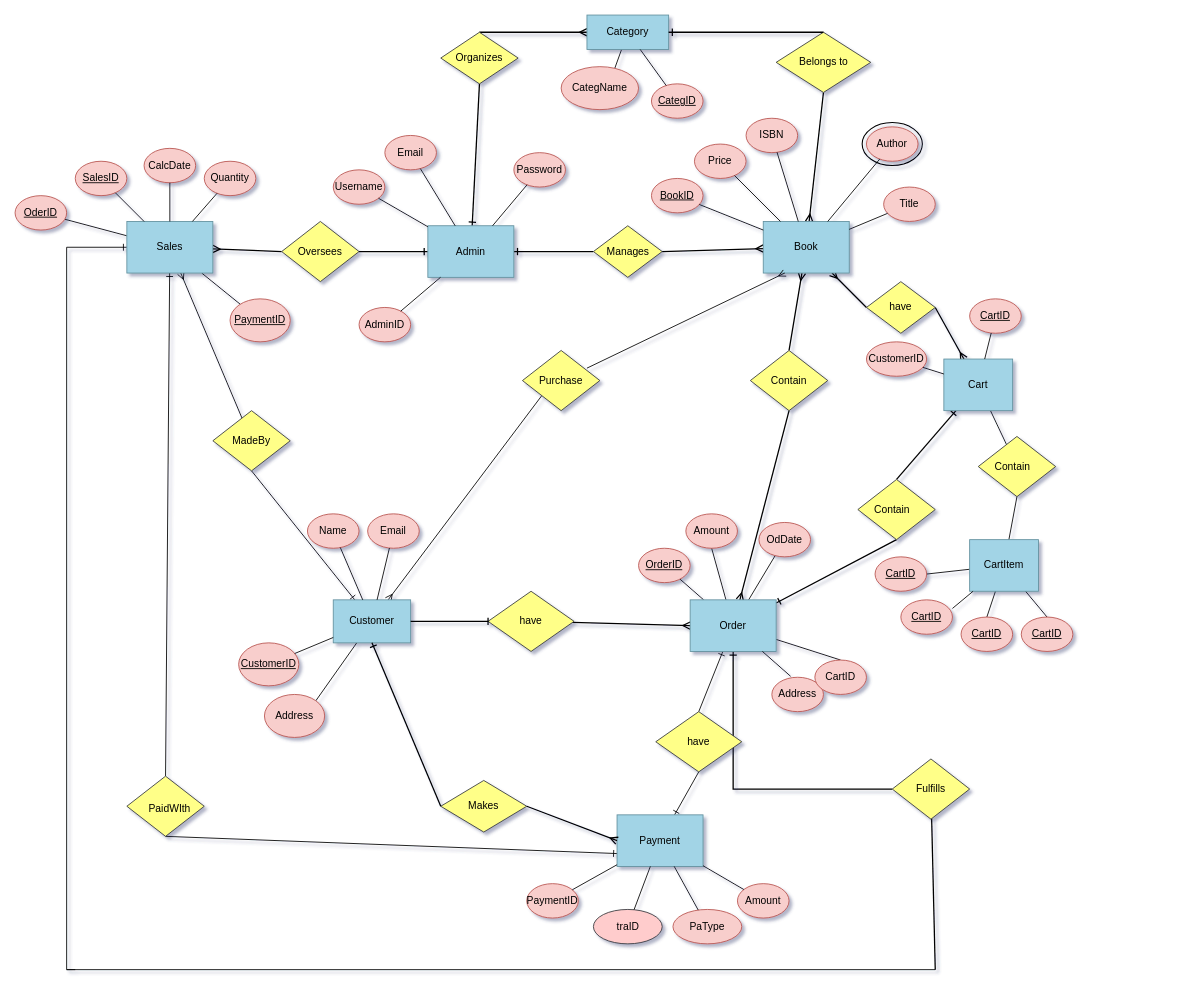
Zul-Qarnain/Database_project keeps this draw.io diagram as shuchi.drawio. Above is the earlier version. Source tidied: cells renumbered, new cells numbered last; positions are measured from the earlier drawing's top-left corner, leaving out a move shared by most shapes. Both pictures are drawn from the tidied source at 86%, with x=0, y=0 at pixel (15, 15).
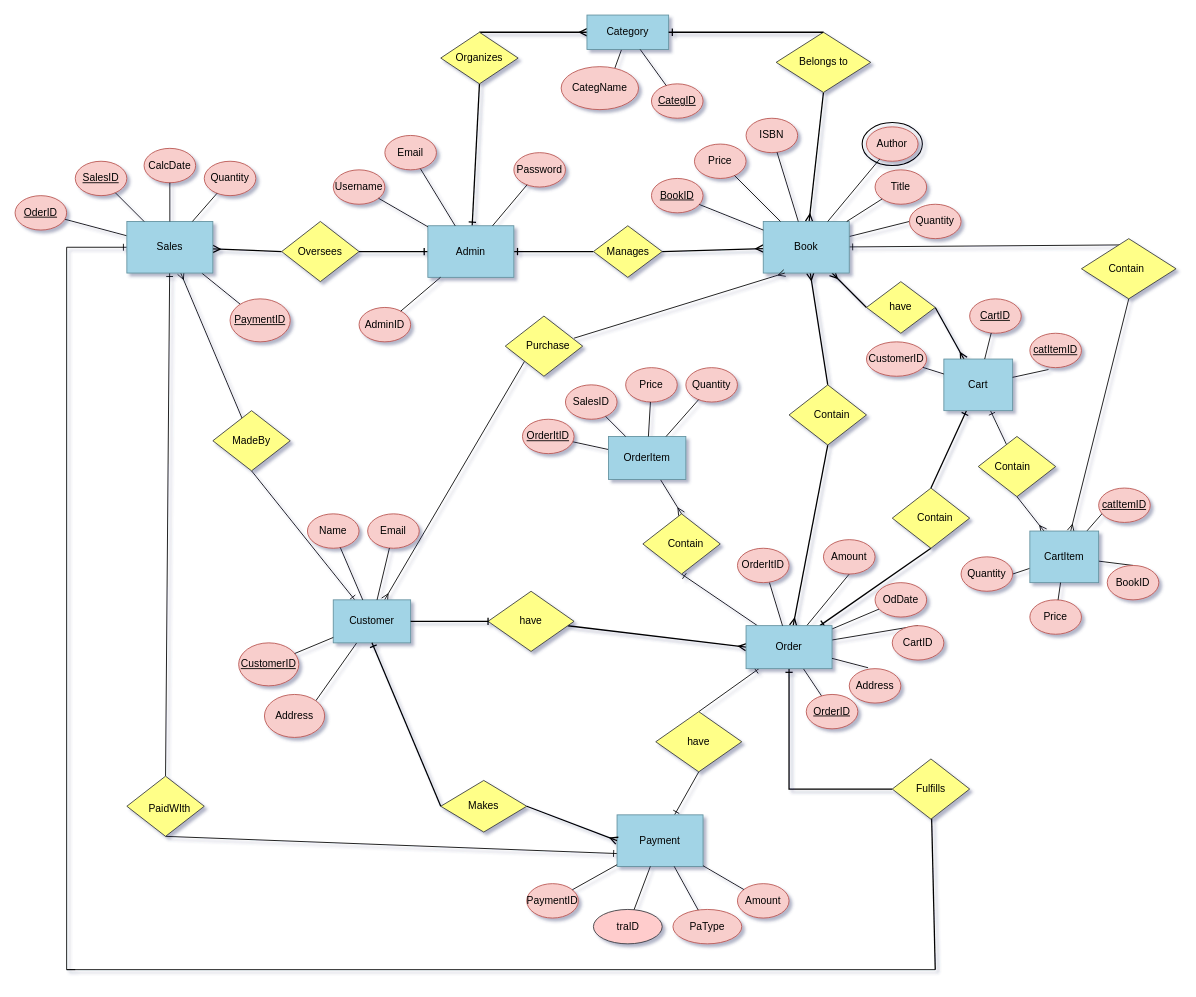
After the change.

Unchanged cells that the change refers to:
```xml
<mxCell id="19" value="Book" style="rounded=0;whiteSpace=wrap;html=1;fillColor=#a2d4e6;strokeColor=#63919f;" parent="1" vertex="1">
  <mxGeometry x="870" y="240" width="100" height="60" as="geometry" />
</mxCell>
<mxCell id="62" value="Cart" style="rounded=0;whiteSpace=wrap;html=1;fillColor=#a2d4e6;strokeColor=#63919f;" parent="1" vertex="1">
  <mxGeometry x="1080" y="400" width="80" height="60" as="geometry" />
</mxCell>
<mxCell id="135" style="rhombus;whiteSpace=wrap;html=1;fillColor=#ffff88;strokeColor=#36393d;" parent="1" vertex="1">
  <mxGeometry x="1120" y="490" width="90" height="70" as="geometry" />
</mxCell>
```

What changed in the source:
```diff
@@
+    <mxCell id="142" style="rounded=0;jettySize=auto;html=1;entryX=0;entryY=0.5;entryDx=0;entryDy=0;endArrow=none;endFill=0;" parent="1" edge="1" source="19" target="160">
+      <mxGeometry relative="1" as="geometry" />
+    </mxCell>
+    <mxCell id="143" style="rounded=0;jettySize=auto;html=1;endArrow=ERone;endFill=0;exitX=0.527;exitY=0.103;exitDx=0;exitDy=0;exitPerimeter=0;" parent="1" edge="1" source="163" target="19">
+      <mxGeometry relative="1" as="geometry" />
+    </mxCell>
@@
     <mxCell id="22" value="Title" style="ellipse;whiteSpace=wrap;html=1;fillColor=#f8cecc;strokeColor=#b85450;" parent="1" vertex="1">
-      <mxGeometry x="1010" y="200" width="60" height="40" as="geometry" />
+      <mxGeometry x="1000" y="180" width="60" height="40" as="geometry" />
     </mxCell>
@@
-    <mxCell id="61" style="rounded=0;jettySize=auto;html=1;endArrow=none;endFill=0;" parent="1" edge="1" source="62" target="135">
+    <mxCell id="61" style="rounded=0;jettySize=auto;html=1;endArrow=ERone;endFill=0;" parent="1" edge="1" source="135" target="62">
       <mxGeometry relative="1" as="geometry" />
     </mxCell>
@@
+    <mxCell id="144" style="rounded=0;jettySize=auto;html=1;entryX=0.5;entryY=1;entryDx=0;entryDy=0;endArrow=ERone;endFill=0;" parent="1" edge="1" source="76" target="156">
+      <mxGeometry relative="1" as="geometry" />
+    </mxCell>
     <mxCell id="76" value="Order" style="rounded=0;whiteSpace=wrap;html=1;fillColor=#a2d4e6;strokeColor=#63919f;" parent="1" vertex="1">
-      <mxGeometry x="785" y="680" width="100" height="60" as="geometry" />
+      <mxGeometry x="850" y="710" width="100" height="50" as="geometry" />
     </mxCell>
     <mxCell id="77" value="Amount" style="ellipse;whiteSpace=wrap;html=1;fillColor=#f8cecc;strokeColor=#b85450;" parent="1" vertex="1">
-      <mxGeometry x="780" y="580" width="60" height="40" as="geometry" />
+      <mxGeometry x="940" y="610" width="60" height="40" as="geometry" />
     </mxCell>
     <mxCell id="78" value="Address" style="ellipse;whiteSpace=wrap;html=1;fillColor=#f8cecc;strokeColor=#b85450;" parent="1" vertex="1">
-      <mxGeometry x="880" y="770" width="60" height="40" as="geometry" />
+      <mxGeometry x="970" y="760" width="60" height="40" as="geometry" />
     </mxCell>
     <mxCell id="79" value="OdDate" style="ellipse;whiteSpace=wrap;html=1;fillColor=#f8cecc;strokeColor=#b85450;" parent="1" vertex="1">
-      <mxGeometry x="865" y="590" width="60" height="40" as="geometry" />
+      <mxGeometry x="1000" y="660" width="60" height="40" as="geometry" />
     </mxCell>
     <mxCell id="80" value="&lt;u&gt;OrderID&lt;/u&gt;" style="ellipse;whiteSpace=wrap;html=1;fillColor=#f8cecc;strokeColor=#b85450;" parent="1" vertex="1">
-      <mxGeometry x="725" y="620" width="60" height="40" as="geometry" />
+      <mxGeometry x="920" y="790" width="60" height="40" as="geometry" />
     </mxCell>
@@
     <mxCell id="107" value="CartID" style="ellipse;whiteSpace=wrap;html=1;fillColor=#f8cecc;strokeColor=#b85450;" parent="1" vertex="1">
-      <mxGeometry x="930" y="750" width="60" height="40" as="geometry" />
+      <mxGeometry x="1020" y="710" width="60" height="40" as="geometry" />
     </mxCell>
@@
     <mxCell id="112" style="rhombus;whiteSpace=wrap;html=1;fillColor=#ffff88;strokeColor=#36393d;" parent="1" vertex="1">
-      <mxGeometry x="855" y="390" width="90" height="70" as="geometry" />
+      <mxGeometry x="900" y="430" width="90" height="70" as="geometry" />
     </mxCell>
     <mxCell id="113" value="Contain" style="text;html=1;align=center;verticalAlign=middle;whiteSpace=wrap;rounded=0;" parent="1" vertex="1">
-      <mxGeometry x="870" y="410" width="60" height="30" as="geometry" />
+      <mxGeometry x="920" y="450" width="60" height="30" as="geometry" />
     </mxCell>
     <mxCell id="114" style="rhombus;whiteSpace=wrap;html=1;fillColor=#ffff88;strokeColor=#36393d;" parent="1" vertex="1">
-      <mxGeometry x="590" y="390" width="90" height="70" as="geometry" />
+      <mxGeometry x="570" y="350" width="90" height="70" as="geometry" />
     </mxCell>
@@
     <mxCell id="116" value="Purchase" style="text;html=1;align=center;verticalAlign=middle;whiteSpace=wrap;rounded=0;" parent="1" vertex="1">
-      <mxGeometry x="605" y="410" width="60" height="30" as="geometry" />
+      <mxGeometry x="590" y="370" width="60" height="30" as="geometry" />
     </mxCell>
@@
     <mxCell id="125" style="rhombus;whiteSpace=wrap;html=1;fillColor=#ffff88;strokeColor=#36393d;" parent="1" vertex="1">
-      <mxGeometry x="980" y="540" width="90" height="70" as="geometry" />
+      <mxGeometry x="1020" y="550" width="90" height="70" as="geometry" />
     </mxCell>
     <mxCell id="126" value="Contain" style="text;html=1;align=center;verticalAlign=middle;whiteSpace=wrap;rounded=0;" parent="1" vertex="1">
-      <mxGeometry x="990" y="560" width="60" height="30" as="geometry" />
+      <mxGeometry x="1040" y="570" width="60" height="30" as="geometry" />
     </mxCell>
@@
-    <mxCell id="130" style="rounded=0;jettySize=auto;html=1;entryX=0.5;entryY=1;entryDx=0;entryDy=0;endArrow=none;endFill=0;" parent="1" edge="1" source="134" target="135">
+    <mxCell id="130" style="rounded=0;jettySize=auto;html=1;endArrow=ERmany;endFill=0;exitX=0.5;exitY=1;exitDx=0;exitDy=0;" parent="1" edge="1" source="135" target="134">
       <mxGeometry relative="1" as="geometry" />
     </mxCell>
@@
+    <mxCell id="145" style="rounded=0;jettySize=auto;html=1;endArrow=ERmany;endFill=0;exitX=0.5;exitY=1;exitDx=0;exitDy=0;" parent="1" edge="1" source="163" target="134">
+      <mxGeometry relative="1" as="geometry" />
+    </mxCell>
     <mxCell id="134" value="CartItem" style="rounded=0;whiteSpace=wrap;html=1;fillColor=#a2d4e6;strokeColor=#63919f;" parent="1" vertex="1">
-      <mxGeometry x="1110" y="610" width="80" height="60" as="geometry" />
+      <mxGeometry x="1180" y="600" width="80" height="60" as="geometry" />
     </mxCell>
@@
-    <mxCell id="137" value="&lt;u&gt;CartID&lt;/u&gt;" style="ellipse;whiteSpace=wrap;html=1;fillColor=#f8cecc;strokeColor=#b85450;" parent="1" vertex="1">
-      <mxGeometry x="1000" y="630" width="60" height="40" as="geometry" />
+    <mxCell id="137" value="Quantity" style="ellipse;whiteSpace=wrap;html=1;fillColor=#f8cecc;strokeColor=#b85450;" parent="1" vertex="1">
+      <mxGeometry x="1100" y="630" width="60" height="40" as="geometry" />
     </mxCell>
-    <mxCell id="138" value="&lt;u&gt;CartID&lt;/u&gt;" style="ellipse;whiteSpace=wrap;html=1;fillColor=#f8cecc;strokeColor=#b85450;" parent="1" vertex="1">
-      <mxGeometry x="1030" y="680" width="60" height="40" as="geometry" />
+    <mxCell id="138" value="Price" style="ellipse;whiteSpace=wrap;html=1;fillColor=#f8cecc;strokeColor=#b85450;" parent="1" vertex="1">
+      <mxGeometry x="1180" y="680" width="60" height="40" as="geometry" />
     </mxCell>
-    <mxCell id="139" value="&lt;u&gt;CartID&lt;/u&gt;" style="ellipse;whiteSpace=wrap;html=1;fillColor=#f8cecc;strokeColor=#b85450;" parent="1" vertex="1">
-      <mxGeometry x="1100" y="700" width="60" height="40" as="geometry" />
+    <mxCell id="139" value="BookID" style="ellipse;whiteSpace=wrap;html=1;fillColor=#f8cecc;strokeColor=#b85450;" parent="1" vertex="1">
+      <mxGeometry x="1270" y="640" width="60" height="40" as="geometry" />
     </mxCell>
-    <mxCell id="140" value="&lt;u&gt;CartID&lt;/u&gt;" style="ellipse;whiteSpace=wrap;html=1;fillColor=#f8cecc;strokeColor=#b85450;" parent="1" vertex="1">
-      <mxGeometry x="1170" y="700" width="60" height="40" as="geometry" />
+    <mxCell id="140" value="&lt;u&gt;catItemID&lt;/u&gt;" style="ellipse;whiteSpace=wrap;html=1;fillColor=#f8cecc;strokeColor=#b85450;" parent="1" vertex="1">
+      <mxGeometry x="1260" y="550" width="60" height="40" as="geometry" />
     </mxCell>
-    <mxCell id="141" style="rounded=0;jettySize=auto;html=1;entryX=1;entryY=0.25;entryDx=0;entryDy=0;entryPerimeter=0;endArrow=none;endFill=0;" parent="1" edge="1" source="134" target="138">
+    <mxCell id="141" style="rounded=0;jettySize=auto;html=1;endArrow=none;endFill=0;" parent="1" edge="1" source="134" target="138">
       <mxGeometry relative="1" as="geometry" />
     </mxCell>
+    <mxCell id="146" style="rounded=0;jettySize=auto;html=1;endArrow=none;endFill=0;" parent="1" edge="1" source="148" target="155">
+      <mxGeometry relative="1" as="geometry" />
+    </mxCell>
+    <mxCell id="147" style="rounded=0;jettySize=auto;html=1;entryX=0.5;entryY=0;entryDx=0;entryDy=0;endArrow=ERmany;endFill=0;" parent="1" edge="1" source="148" target="156">
+      <mxGeometry relative="1" as="geometry" />
+    </mxCell>
+    <mxCell id="148" value="OrderItem" style="rounded=0;whiteSpace=wrap;html=1;fillColor=#a2d4e6;strokeColor=#63919f;" parent="1" vertex="1">
+      <mxGeometry x="690" y="490" width="90" height="50" as="geometry" />
+    </mxCell>
+    <mxCell id="149" value="SalesID" style="ellipse;whiteSpace=wrap;html=1;fillColor=#f8cecc;strokeColor=#b85450;" parent="1" vertex="1">
+      <mxGeometry x="640" y="430" width="60" height="40" as="geometry" />
+    </mxCell>
+    <mxCell id="150" style="endArrow=none;endFill=0;" parent="1" edge="1" source="148" target="149">
+      <mxGeometry relative="1" as="geometry" />
+    </mxCell>
+    <mxCell id="151" value="Quantity" style="ellipse;whiteSpace=wrap;html=1;fillColor=#f8cecc;strokeColor=#b85450;" parent="1" vertex="1">
+      <mxGeometry x="780" y="410" width="60" height="40" as="geometry" />
+    </mxCell>
+    <mxCell id="152" style="endArrow=none;endFill=0;" parent="1" edge="1" source="148" target="151">
+      <mxGeometry relative="1" as="geometry" />
+    </mxCell>
+    <mxCell id="153" value="Price" style="ellipse;whiteSpace=wrap;html=1;fillColor=#f8cecc;strokeColor=#b85450;" parent="1" vertex="1">
+      <mxGeometry x="710" y="410" width="60" height="40" as="geometry" />
+    </mxCell>
+    <mxCell id="154" style="endArrow=none;endFill=0;" parent="1" edge="1" source="148" target="153">
+      <mxGeometry relative="1" as="geometry" />
+    </mxCell>
+    <mxCell id="155" value="&lt;u&gt;OrderItID&lt;/u&gt;" style="ellipse;whiteSpace=wrap;html=1;fillColor=#f8cecc;strokeColor=#b85450;" parent="1" vertex="1">
+      <mxGeometry x="590" y="470" width="60" height="40" as="geometry" />
+    </mxCell>
+    <mxCell id="156" style="rhombus;whiteSpace=wrap;html=1;fillColor=#ffff88;strokeColor=#36393d;" parent="1" vertex="1">
+      <mxGeometry x="730" y="580" width="90" height="70" as="geometry" />
+    </mxCell>
+    <mxCell id="157" value="Contain" style="text;html=1;align=center;verticalAlign=middle;whiteSpace=wrap;rounded=0;" parent="1" vertex="1">
+      <mxGeometry x="750" y="600" width="60" height="30" as="geometry" />
+    </mxCell>
+    <mxCell id="158" value="&lt;u&gt;catItemID&lt;/u&gt;" style="ellipse;whiteSpace=wrap;html=1;fillColor=#f8cecc;strokeColor=#b85450;" parent="1" vertex="1">
+      <mxGeometry x="1180" y="370" width="60" height="40" as="geometry" />
+    </mxCell>
+    <mxCell id="159" style="rounded=0;jettySize=auto;html=1;entryX=0.362;entryY=1.054;entryDx=0;entryDy=0;entryPerimeter=0;endArrow=none;endFill=0;" parent="1" edge="1" source="62" target="158">
+      <mxGeometry relative="1" as="geometry" />
+    </mxCell>
+    <mxCell id="160" value="Quantity" style="ellipse;whiteSpace=wrap;html=1;fillColor=#f8cecc;strokeColor=#b85450;" parent="1" vertex="1">
+      <mxGeometry x="1040" y="220" width="60" height="40" as="geometry" />
+    </mxCell>
+    <mxCell id="161" value="OrderItID" style="ellipse;whiteSpace=wrap;html=1;fillColor=#f8cecc;strokeColor=#b85450;" parent="1" vertex="1">
+      <mxGeometry x="840" y="620" width="60" height="40" as="geometry" />
+    </mxCell>
+    <mxCell id="162" style="rounded=0;jettySize=auto;html=1;entryX=0.621;entryY=1.002;entryDx=0;entryDy=0;entryPerimeter=0;endArrow=none;endFill=0;" parent="1" edge="1" source="76" target="161">
+      <mxGeometry relative="1" as="geometry" />
+    </mxCell>
+    <mxCell id="163" style="rhombus;whiteSpace=wrap;html=1;fillColor=#ffff88;strokeColor=#36393d;" parent="1" vertex="1">
+      <mxGeometry x="1240" y="260" width="110" height="70" as="geometry" />
+    </mxCell>
+    <mxCell id="164" value="Contain" style="text;html=1;align=center;verticalAlign=middle;whiteSpace=wrap;rounded=0;fillColor=none;strokeColor=none;glass=0;gradientColor=none;" parent="1" vertex="1">
+      <mxGeometry x="1240" y="280" width="105" height="30" as="geometry" />
+    </mxCell>
```
